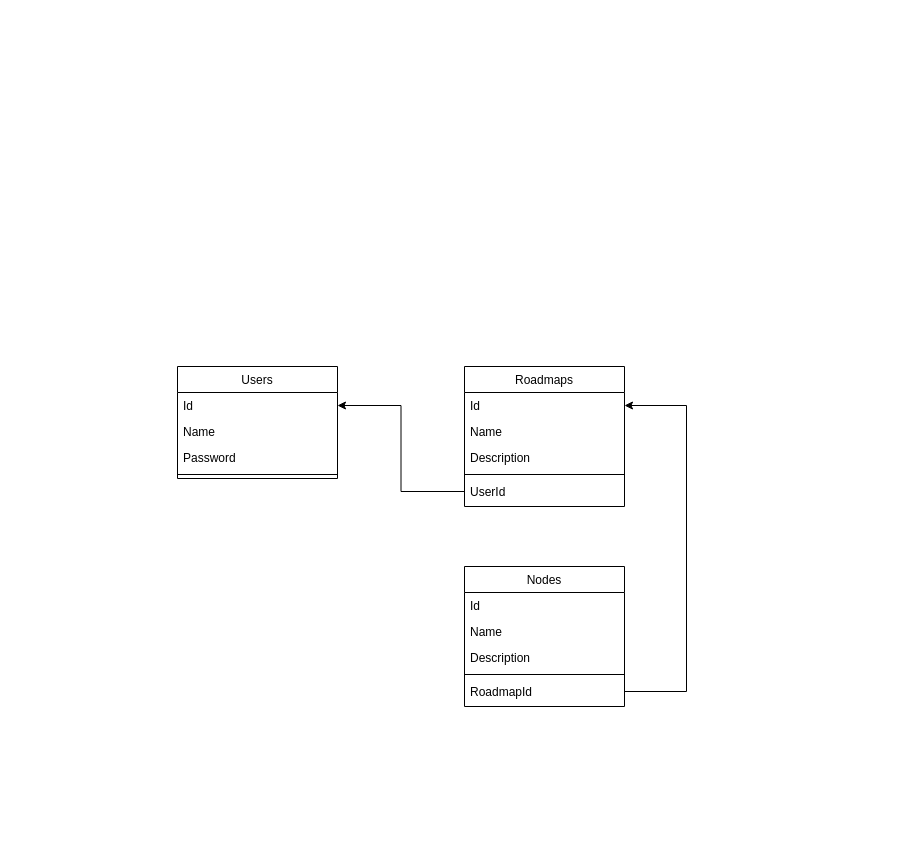
Before: Roadmap.drawio in Arthuthu/Roadmap, a draw.io diagram. Source tidied: cells renumbered, new cells numbered last; positions are measured from the earlier drawing's top-left corner, leaving out a move shared by most shapes. Both pictures are drawn from the tidied source at 100%, with x=0, y=0 at pixel (177, 366).
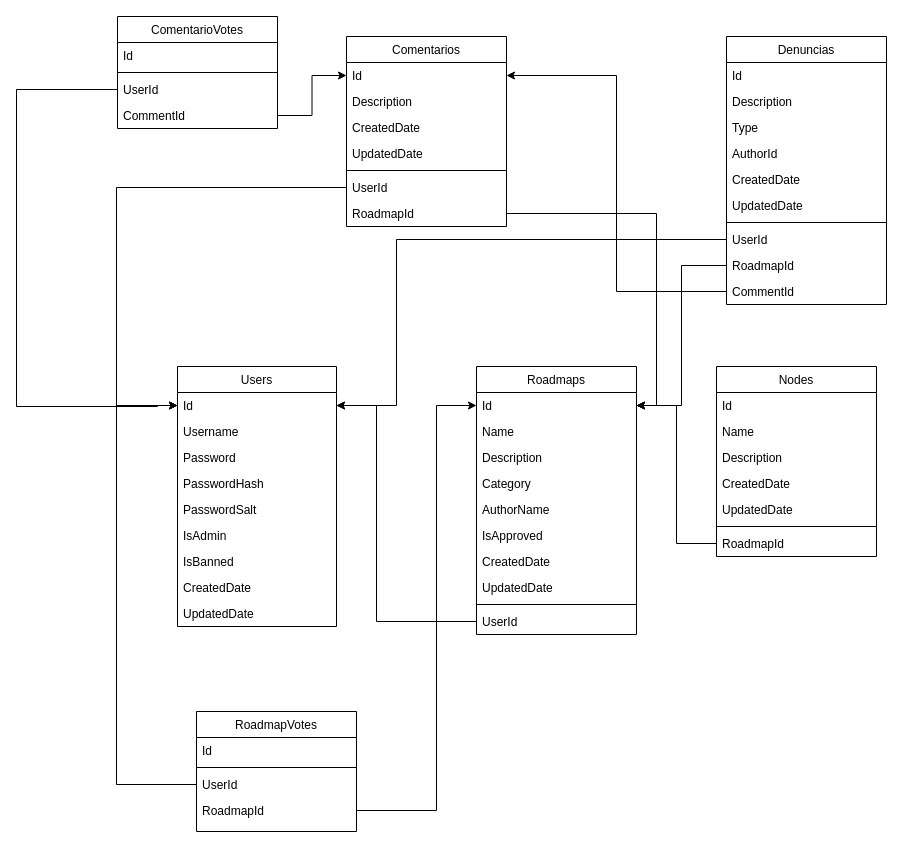
After the change.

Commit message (it also covers changes not shown here):
Usuarios redirecionam para not found quando acessam pagina nao existente - Diagrama no drawio atualizado

Unchanged cells that the change refers to:
```xml
<mxCell id="8" value="Id" style="text;align=left;verticalAlign=top;spacingLeft=4;spacingRight=4;overflow=hidden;points=[[0,0.5],[1,0.5]];portConstraint=eastwest;" parent="7" vertex="1">
  <mxGeometry y="26" width="160" height="26" as="geometry" />
</mxCell>
```

The edit, as a diff of the source:
```diff
@@
     <mxCell id="2" value="Users" style="swimlane;fontStyle=0;align=center;verticalAlign=top;horizontal=1;startSize=26;rounded=0;shadow=0;strokeWidth=1;" parent="1" vertex="1">
-      <mxGeometry width="160" height="112" as="geometry" />
+      <mxGeometry width="159" height="260" as="geometry" />
     </mxCell>
     <mxCell id="3" value="Id" style="text;align=left;verticalAlign=top;spacingLeft=4;spacingRight=4;overflow=hidden;points=[[0,0.5],[1,0.5]];portConstraint=eastwest;" parent="2" vertex="1">
-      <mxGeometry y="26" width="160" height="26" as="geometry" />
+      <mxGeometry y="26" width="159" height="26" as="geometry" />
     </mxCell>
-    <mxCell id="4" value="Name" style="text;align=left;verticalAlign=top;spacingLeft=4;spacingRight=4;overflow=hidden;rounded=0;shadow=0;html=0;" parent="2" vertex="1">
-      <mxGeometry y="52" width="160" height="26" as="geometry" />
+    <mxCell id="4" value="Username" style="text;align=left;verticalAlign=top;spacingLeft=4;spacingRight=4;overflow=hidden;rounded=0;shadow=0;html=0;" parent="2" vertex="1">
+      <mxGeometry y="52" width="159" height="26" as="geometry" />
     </mxCell>
     <mxCell id="5" value="Password" style="text;align=left;verticalAlign=top;spacingLeft=4;spacingRight=4;overflow=hidden;rounded=0;shadow=0;html=0;" parent="2" vertex="1">
-      <mxGeometry y="78" width="160" height="26" as="geometry" />
+      <mxGeometry y="78" width="159" height="26" as="geometry" />
     </mxCell>
-    <mxCell id="6" style="line;html=1;strokeWidth=1;align=left;verticalAlign=middle;spacingTop=-1;spacingLeft=3;spacingRight=3;labelPosition=right;" parent="2" vertex="1">
-      <mxGeometry y="104" width="160" height="8" as="geometry" />
-    </mxCell>
+    <mxCell id="21" value="PasswordHash" style="text;align=left;verticalAlign=top;spacingLeft=4;spacingRight=4;overflow=hidden;rounded=0;shadow=0;html=0;" parent="2" vertex="1">
+      <mxGeometry y="104" width="159" height="26" as="geometry" />
+    </mxCell>
+    <mxCell id="22" value="PasswordSalt" style="text;align=left;verticalAlign=top;spacingLeft=4;spacingRight=4;overflow=hidden;rounded=0;shadow=0;html=0;" parent="2" vertex="1">
+      <mxGeometry y="130" width="159" height="26" as="geometry" />
+    </mxCell>
+    <mxCell id="23" value="IsAdmin" style="text;align=left;verticalAlign=top;spacingLeft=4;spacingRight=4;overflow=hidden;rounded=0;shadow=0;html=0;" parent="2" vertex="1">
+      <mxGeometry y="156" width="159" height="26" as="geometry" />
+    </mxCell>
+    <mxCell id="24" value="IsBanned" style="text;align=left;verticalAlign=top;spacingLeft=4;spacingRight=4;overflow=hidden;rounded=0;shadow=0;html=0;" parent="2" vertex="1">
+      <mxGeometry y="182" width="159" height="26" as="geometry" />
+    </mxCell>
+    <mxCell id="25" value="CreatedDate" style="text;align=left;verticalAlign=top;spacingLeft=4;spacingRight=4;overflow=hidden;rounded=0;shadow=0;html=0;" parent="2" vertex="1">
+      <mxGeometry y="208" width="159" height="26" as="geometry" />
+    </mxCell>
+    <mxCell id="26" value="UpdatedDate" style="text;align=left;verticalAlign=top;spacingLeft=4;spacingRight=4;overflow=hidden;rounded=0;shadow=0;html=0;" parent="2" vertex="1">
+      <mxGeometry y="234" width="159" height="26" as="geometry" />
+    </mxCell>
     <mxCell id="7" value="Roadmaps" style="swimlane;fontStyle=0;align=center;verticalAlign=top;horizontal=1;startSize=26;rounded=0;shadow=0;strokeWidth=1;" parent="1" vertex="1">
-      <mxGeometry x="287" width="160" height="140" as="geometry" />
+      <mxGeometry x="299" width="160" height="268" as="geometry" />
     </mxCell>
@@
+    <mxCell id="27" value="Category" style="text;align=left;verticalAlign=top;spacingLeft=4;spacingRight=4;overflow=hidden;rounded=0;shadow=0;html=0;" parent="7" vertex="1">
+      <mxGeometry y="104" width="160" height="26" as="geometry" />
+    </mxCell>
+    <mxCell id="28" value="AuthorName" style="text;align=left;verticalAlign=top;spacingLeft=4;spacingRight=4;overflow=hidden;rounded=0;shadow=0;html=0;" parent="7" vertex="1">
+      <mxGeometry y="130" width="160" height="26" as="geometry" />
+    </mxCell>
+    <mxCell id="29" value="IsApproved" style="text;align=left;verticalAlign=top;spacingLeft=4;spacingRight=4;overflow=hidden;rounded=0;shadow=0;html=0;" parent="7" vertex="1">
+      <mxGeometry y="156" width="160" height="26" as="geometry" />
+    </mxCell>
+    <mxCell id="30" value="CreatedDate" style="text;align=left;verticalAlign=top;spacingLeft=4;spacingRight=4;overflow=hidden;rounded=0;shadow=0;html=0;" parent="7" vertex="1">
+      <mxGeometry y="182" width="160" height="26" as="geometry" />
+    </mxCell>
+    <mxCell id="31" value="UpdatedDate" style="text;align=left;verticalAlign=top;spacingLeft=4;spacingRight=4;overflow=hidden;rounded=0;shadow=0;html=0;" parent="7" vertex="1">
+      <mxGeometry y="208" width="160" height="26" as="geometry" />
+    </mxCell>
     <mxCell id="11" style="line;html=1;strokeWidth=1;align=left;verticalAlign=middle;spacingTop=-1;spacingLeft=3;spacingRight=3;labelPosition=right;" parent="7" vertex="1">
-      <mxGeometry y="104" width="160" height="8" as="geometry" />
+      <mxGeometry y="234" width="160" height="8" as="geometry" />
     </mxCell>
     <mxCell id="12" value="UserId" style="text;align=left;verticalAlign=top;spacingLeft=4;spacingRight=4;overflow=hidden;points=[[0,0.5],[1,0.5]];portConstraint=eastwest;" parent="7" vertex="1">
-      <mxGeometry y="112" width="160" height="26" as="geometry" />
+      <mxGeometry y="242" width="160" height="26" as="geometry" />
     </mxCell>
     <mxCell id="13" style="edgeStyle=orthogonalEdgeStyle;rounded=0;jettySize=auto;html=1;" parent="1" edge="1" source="12" target="3">
-      <mxGeometry relative="1" as="geometry" />
+      <mxGeometry relative="1" as="geometry">
+        <Array as="points">
+          <mxPoint x="199" y="255" />
+          <mxPoint x="199" y="39" />
+        </Array>
+      </mxGeometry>
     </mxCell>
     <mxCell id="14" value="Nodes" style="swimlane;fontStyle=0;align=center;verticalAlign=top;horizontal=1;startSize=26;rounded=0;shadow=0;strokeWidth=1;" parent="1" vertex="1">
-      <mxGeometry x="287" y="200" width="160" height="140" as="geometry" />
+      <mxGeometry x="539" width="160" height="190" as="geometry" />
     </mxCell>
@@
+    <mxCell id="32" value="CreatedDate" style="text;align=left;verticalAlign=top;spacingLeft=4;spacingRight=4;overflow=hidden;rounded=0;shadow=0;html=0;" parent="14" vertex="1">
+      <mxGeometry y="104" width="160" height="26" as="geometry" />
+    </mxCell>
+    <mxCell id="33" value="UpdatedDate" style="text;align=left;verticalAlign=top;spacingLeft=4;spacingRight=4;overflow=hidden;rounded=0;shadow=0;html=0;" parent="14" vertex="1">
+      <mxGeometry y="130" width="160" height="26" as="geometry" />
+    </mxCell>
     <mxCell id="18" style="line;html=1;strokeWidth=1;align=left;verticalAlign=middle;spacingTop=-1;spacingLeft=3;spacingRight=3;labelPosition=right;" parent="14" vertex="1">
-      <mxGeometry y="104" width="160" height="8" as="geometry" />
+      <mxGeometry y="156" width="160" height="8" as="geometry" />
     </mxCell>
     <mxCell id="19" value="RoadmapId" style="text;align=left;verticalAlign=top;spacingLeft=4;spacingRight=4;overflow=hidden;points=[[0,0.5],[1,0.5]];portConstraint=eastwest;" parent="14" vertex="1">
-      <mxGeometry y="112" width="160" height="26" as="geometry" />
+      <mxGeometry y="164" width="160" height="26" as="geometry" />
     </mxCell>
-    <mxCell id="20" style="edgeStyle=orthogonalEdgeStyle;rounded=0;jettySize=auto;html=1;" parent="1" edge="1" source="19" target="8">
-      <mxGeometry relative="1" as="geometry">
-        <Array as="points">
-          <mxPoint x="509" y="325" />
-          <mxPoint x="509" y="39" />
-        </Array>
-      </mxGeometry>
+    <mxCell id="20" style="edgeStyle=orthogonalEdgeStyle;rounded=0;jettySize=auto;html=1;entryX=1;entryY=0.5;entryDx=0;entryDy=0;" parent="1" edge="1" source="19" target="8">
+      <mxGeometry relative="1" as="geometry" />
     </mxCell>
+    <mxCell id="34" value="RoadmapVotes" style="swimlane;fontStyle=0;align=center;verticalAlign=top;horizontal=1;startSize=26;rounded=0;shadow=0;strokeWidth=1;" parent="1" vertex="1">
+      <mxGeometry x="19" y="345" width="160" height="120" as="geometry" />
+    </mxCell>
+    <mxCell id="35" value="Id" style="text;align=left;verticalAlign=top;spacingLeft=4;spacingRight=4;overflow=hidden;" parent="34" vertex="1">
+      <mxGeometry y="26" width="160" height="26" as="geometry" />
+    </mxCell>
+    <mxCell id="36" style="line;html=1;strokeWidth=1;align=left;verticalAlign=middle;spacingTop=-1;spacingLeft=3;spacingRight=3;labelPosition=right;" parent="34" vertex="1">
+      <mxGeometry y="52" width="160" height="8" as="geometry" />
+    </mxCell>
+    <mxCell id="37" value="UserId" style="text;align=left;verticalAlign=top;spacingLeft=4;spacingRight=4;overflow=hidden;points=[[0,0.5],[1,0.5]];portConstraint=eastwest;rounded=0;shadow=0;html=0;" parent="34" vertex="1">
+      <mxGeometry y="60" width="160" height="26" as="geometry" />
+    </mxCell>
+    <mxCell id="38" value="RoadmapId" style="text;align=left;verticalAlign=top;spacingLeft=4;spacingRight=4;overflow=hidden;points=[[0,0.5],[1,0.5]];portConstraint=eastwest;rounded=0;shadow=0;html=0;" parent="34" vertex="1">
+      <mxGeometry y="86" width="160" height="26" as="geometry" />
+    </mxCell>
+    <mxCell id="39" style="edgeStyle=orthogonalEdgeStyle;rounded=0;jettySize=auto;html=1;entryX=0;entryY=0.5;entryDx=0;entryDy=0;" parent="1" edge="1" source="37" target="3">
+      <mxGeometry relative="1" as="geometry">
+        <Array as="points">
+          <mxPoint x="-61" y="418" />
+          <mxPoint x="-61" y="39" />
+        </Array>
+      </mxGeometry>
+    </mxCell>
+    <mxCell id="40" style="edgeStyle=orthogonalEdgeStyle;rounded=0;jettySize=auto;html=1;entryX=0;entryY=0.5;entryDx=0;entryDy=0;" parent="1" edge="1" source="38" target="8">
+      <mxGeometry relative="1" as="geometry">
+        <Array as="points">
+          <mxPoint x="259" y="444" />
+          <mxPoint x="259" y="39" />
+        </Array>
+      </mxGeometry>
+    </mxCell>
+    <mxCell id="41" value="Comentarios" style="swimlane;fontStyle=0;align=center;verticalAlign=top;horizontal=1;startSize=26;rounded=0;shadow=0;strokeWidth=1;" parent="1" vertex="1">
+      <mxGeometry x="169" y="-330" width="160" height="190" as="geometry" />
+    </mxCell>
+    <mxCell id="42" value="Id" style="text;align=left;verticalAlign=top;spacingLeft=4;spacingRight=4;overflow=hidden;points=[[0,0.5],[1,0.5]];portConstraint=eastwest;" parent="41" vertex="1">
+      <mxGeometry y="26" width="160" height="26" as="geometry" />
+    </mxCell>
+    <mxCell id="43" value="Description" style="text;align=left;verticalAlign=top;spacingLeft=4;spacingRight=4;overflow=hidden;rounded=0;shadow=0;html=0;" parent="41" vertex="1">
+      <mxGeometry y="52" width="160" height="26" as="geometry" />
+    </mxCell>
+    <mxCell id="44" value="CreatedDate" style="text;align=left;verticalAlign=top;spacingLeft=4;spacingRight=4;overflow=hidden;rounded=0;shadow=0;html=0;" parent="41" vertex="1">
+      <mxGeometry y="78" width="160" height="26" as="geometry" />
+    </mxCell>
+    <mxCell id="45" value="UpdatedDate" style="text;align=left;verticalAlign=top;spacingLeft=4;spacingRight=4;overflow=hidden;rounded=0;shadow=0;html=0;" parent="41" vertex="1">
+      <mxGeometry y="104" width="160" height="26" as="geometry" />
+    </mxCell>
+    <mxCell id="46" style="line;html=1;strokeWidth=1;align=left;verticalAlign=middle;spacingTop=-1;spacingLeft=3;spacingRight=3;labelPosition=right;" parent="41" vertex="1">
+      <mxGeometry y="130" width="160" height="8" as="geometry" />
+    </mxCell>
+    <mxCell id="47" value="UserId" style="text;align=left;verticalAlign=top;spacingLeft=4;spacingRight=4;overflow=hidden;points=[[0,0.5],[1,0.5]];portConstraint=eastwest;" parent="41" vertex="1">
+      <mxGeometry y="138" width="160" height="26" as="geometry" />
+    </mxCell>
+    <mxCell id="48" value="RoadmapId" style="text;align=left;verticalAlign=top;spacingLeft=4;spacingRight=4;overflow=hidden;points=[[0,0.5],[1,0.5]];portConstraint=eastwest;" parent="41" vertex="1">
+      <mxGeometry y="164" width="160" height="26" as="geometry" />
+    </mxCell>
+    <mxCell id="49" style="edgeStyle=orthogonalEdgeStyle;rounded=0;jettySize=auto;html=1;entryX=0;entryY=0.5;entryDx=0;entryDy=0;" parent="1" edge="1" source="47" target="3">
+      <mxGeometry relative="1" as="geometry">
+        <Array as="points">
+          <mxPoint x="-61" y="-179" />
+          <mxPoint x="-61" y="39" />
+        </Array>
+      </mxGeometry>
+    </mxCell>
+    <mxCell id="50" style="edgeStyle=orthogonalEdgeStyle;rounded=0;jettySize=auto;html=1;entryX=1;entryY=0.5;entryDx=0;entryDy=0;" parent="1" edge="1" source="48" target="8">
+      <mxGeometry relative="1" as="geometry" />
+    </mxCell>
+    <mxCell id="51" value="Denuncias" style="swimlane;fontStyle=0;align=center;verticalAlign=top;horizontal=1;startSize=26;rounded=0;shadow=0;strokeWidth=1;" parent="1" vertex="1">
+      <mxGeometry x="549" y="-330" width="160" height="268" as="geometry" />
+    </mxCell>
+    <mxCell id="52" value="Id" style="text;align=left;verticalAlign=top;spacingLeft=4;spacingRight=4;overflow=hidden;" parent="51" vertex="1">
+      <mxGeometry y="26" width="160" height="26" as="geometry" />
+    </mxCell>
+    <mxCell id="53" value="Description" style="text;align=left;verticalAlign=top;spacingLeft=4;spacingRight=4;overflow=hidden;rounded=0;shadow=0;html=0;" parent="51" vertex="1">
+      <mxGeometry y="52" width="160" height="26" as="geometry" />
+    </mxCell>
+    <mxCell id="54" value="Type" style="text;align=left;verticalAlign=top;spacingLeft=4;spacingRight=4;overflow=hidden;rounded=0;shadow=0;html=0;" parent="51" vertex="1">
+      <mxGeometry y="78" width="160" height="26" as="geometry" />
+    </mxCell>
+    <mxCell id="55" value="AuthorId" style="text;align=left;verticalAlign=top;spacingLeft=4;spacingRight=4;overflow=hidden;rounded=0;shadow=0;html=0;" parent="51" vertex="1">
+      <mxGeometry y="104" width="160" height="26" as="geometry" />
+    </mxCell>
+    <mxCell id="56" value="CreatedDate" style="text;align=left;verticalAlign=top;spacingLeft=4;spacingRight=4;overflow=hidden;rounded=0;shadow=0;html=0;" parent="51" vertex="1">
+      <mxGeometry y="130" width="160" height="26" as="geometry" />
+    </mxCell>
+    <mxCell id="57" value="UpdatedDate" style="text;align=left;verticalAlign=top;spacingLeft=4;spacingRight=4;overflow=hidden;rounded=0;shadow=0;html=0;" parent="51" vertex="1">
+      <mxGeometry y="156" width="160" height="26" as="geometry" />
+    </mxCell>
+    <mxCell id="58" style="line;html=1;strokeWidth=1;align=left;verticalAlign=middle;spacingTop=-1;spacingLeft=3;spacingRight=3;labelPosition=right;" parent="51" vertex="1">
+      <mxGeometry y="182" width="160" height="8" as="geometry" />
+    </mxCell>
+    <mxCell id="59" value="UserId" style="text;align=left;verticalAlign=top;spacingLeft=4;spacingRight=4;overflow=hidden;points=[[0,0.5],[1,0.5]];portConstraint=eastwest;" parent="51" vertex="1">
+      <mxGeometry y="190" width="160" height="26" as="geometry" />
+    </mxCell>
+    <mxCell id="60" value="RoadmapId" style="text;align=left;verticalAlign=top;spacingLeft=4;spacingRight=4;overflow=hidden;points=[[0,0.5],[1,0.5]];portConstraint=eastwest;" parent="51" vertex="1">
+      <mxGeometry y="216" width="160" height="26" as="geometry" />
+    </mxCell>
+    <mxCell id="61" value="CommentId" style="text;align=left;verticalAlign=top;spacingLeft=4;spacingRight=4;overflow=hidden;points=[[0,0.5],[1,0.5]];portConstraint=eastwest;" parent="51" vertex="1">
+      <mxGeometry y="242" width="160" height="26" as="geometry" />
+    </mxCell>
+    <mxCell id="62" style="edgeStyle=orthogonalEdgeStyle;rounded=0;jettySize=auto;html=1;entryX=1;entryY=0.5;entryDx=0;entryDy=0;" parent="1" edge="1" source="61" target="42">
+      <mxGeometry relative="1" as="geometry" />
+    </mxCell>
+    <mxCell id="63" style="edgeStyle=orthogonalEdgeStyle;rounded=0;jettySize=auto;html=1;entryX=1;entryY=0.5;entryDx=0;entryDy=0;" parent="1" edge="1" source="60" target="8">
+      <mxGeometry relative="1" as="geometry" />
+    </mxCell>
+    <mxCell id="64" style="edgeStyle=orthogonalEdgeStyle;rounded=0;jettySize=auto;html=1;entryX=1;entryY=0.5;entryDx=0;entryDy=0;" parent="1" edge="1" source="59" target="3">
+      <mxGeometry relative="1" as="geometry">
+        <Array as="points">
+          <mxPoint x="219" y="-127" />
+          <mxPoint x="219" y="39" />
+        </Array>
+      </mxGeometry>
+    </mxCell>
+    <mxCell id="65" value="ComentarioVotes" style="swimlane;fontStyle=0;align=center;verticalAlign=top;horizontal=1;startSize=26;rounded=0;shadow=0;strokeWidth=1;" parent="1" vertex="1">
+      <mxGeometry x="-60" y="-350" width="160" height="112" as="geometry" />
+    </mxCell>
+    <mxCell id="66" value="Id" style="text;align=left;verticalAlign=top;spacingLeft=4;spacingRight=4;overflow=hidden;" parent="65" vertex="1">
+      <mxGeometry y="26" width="160" height="26" as="geometry" />
+    </mxCell>
+    <mxCell id="67" style="line;html=1;strokeWidth=1;align=left;verticalAlign=middle;spacingTop=-1;spacingLeft=3;spacingRight=3;labelPosition=right;" parent="65" vertex="1">
+      <mxGeometry y="52" width="160" height="8" as="geometry" />
+    </mxCell>
+    <mxCell id="68" value="UserId" style="text;align=left;verticalAlign=top;spacingLeft=4;spacingRight=4;overflow=hidden;points=[[0,0.5],[1,0.5]];portConstraint=eastwest;" parent="65" vertex="1">
+      <mxGeometry y="60" width="160" height="26" as="geometry" />
+    </mxCell>
+    <mxCell id="69" value="CommentId" style="text;align=left;verticalAlign=top;spacingLeft=4;spacingRight=4;overflow=hidden;points=[[0,0.5],[1,0.5]];portConstraint=eastwest;" parent="65" vertex="1">
+      <mxGeometry y="86" width="160" height="26" as="geometry" />
+    </mxCell>
+    <mxCell id="70" style="edgeStyle=orthogonalEdgeStyle;rounded=0;jettySize=auto;html=1;entryX=0;entryY=0.5;entryDx=0;entryDy=0;" parent="1" edge="1" source="69" target="42">
+      <mxGeometry relative="1" as="geometry" />
+    </mxCell>
+    <mxCell id="71" style="edgeStyle=orthogonalEdgeStyle;rounded=0;jettySize=auto;html=1;" parent="1" edge="1" source="68" target="3">
+      <mxGeometry relative="1" as="geometry">
+        <Array as="points">
+          <mxPoint x="-161" y="-277" />
+          <mxPoint x="-161" y="40" />
+          <mxPoint x="-20" y="40" />
+          <mxPoint x="-20" y="39" />
+        </Array>
+      </mxGeometry>
+    </mxCell>
```
